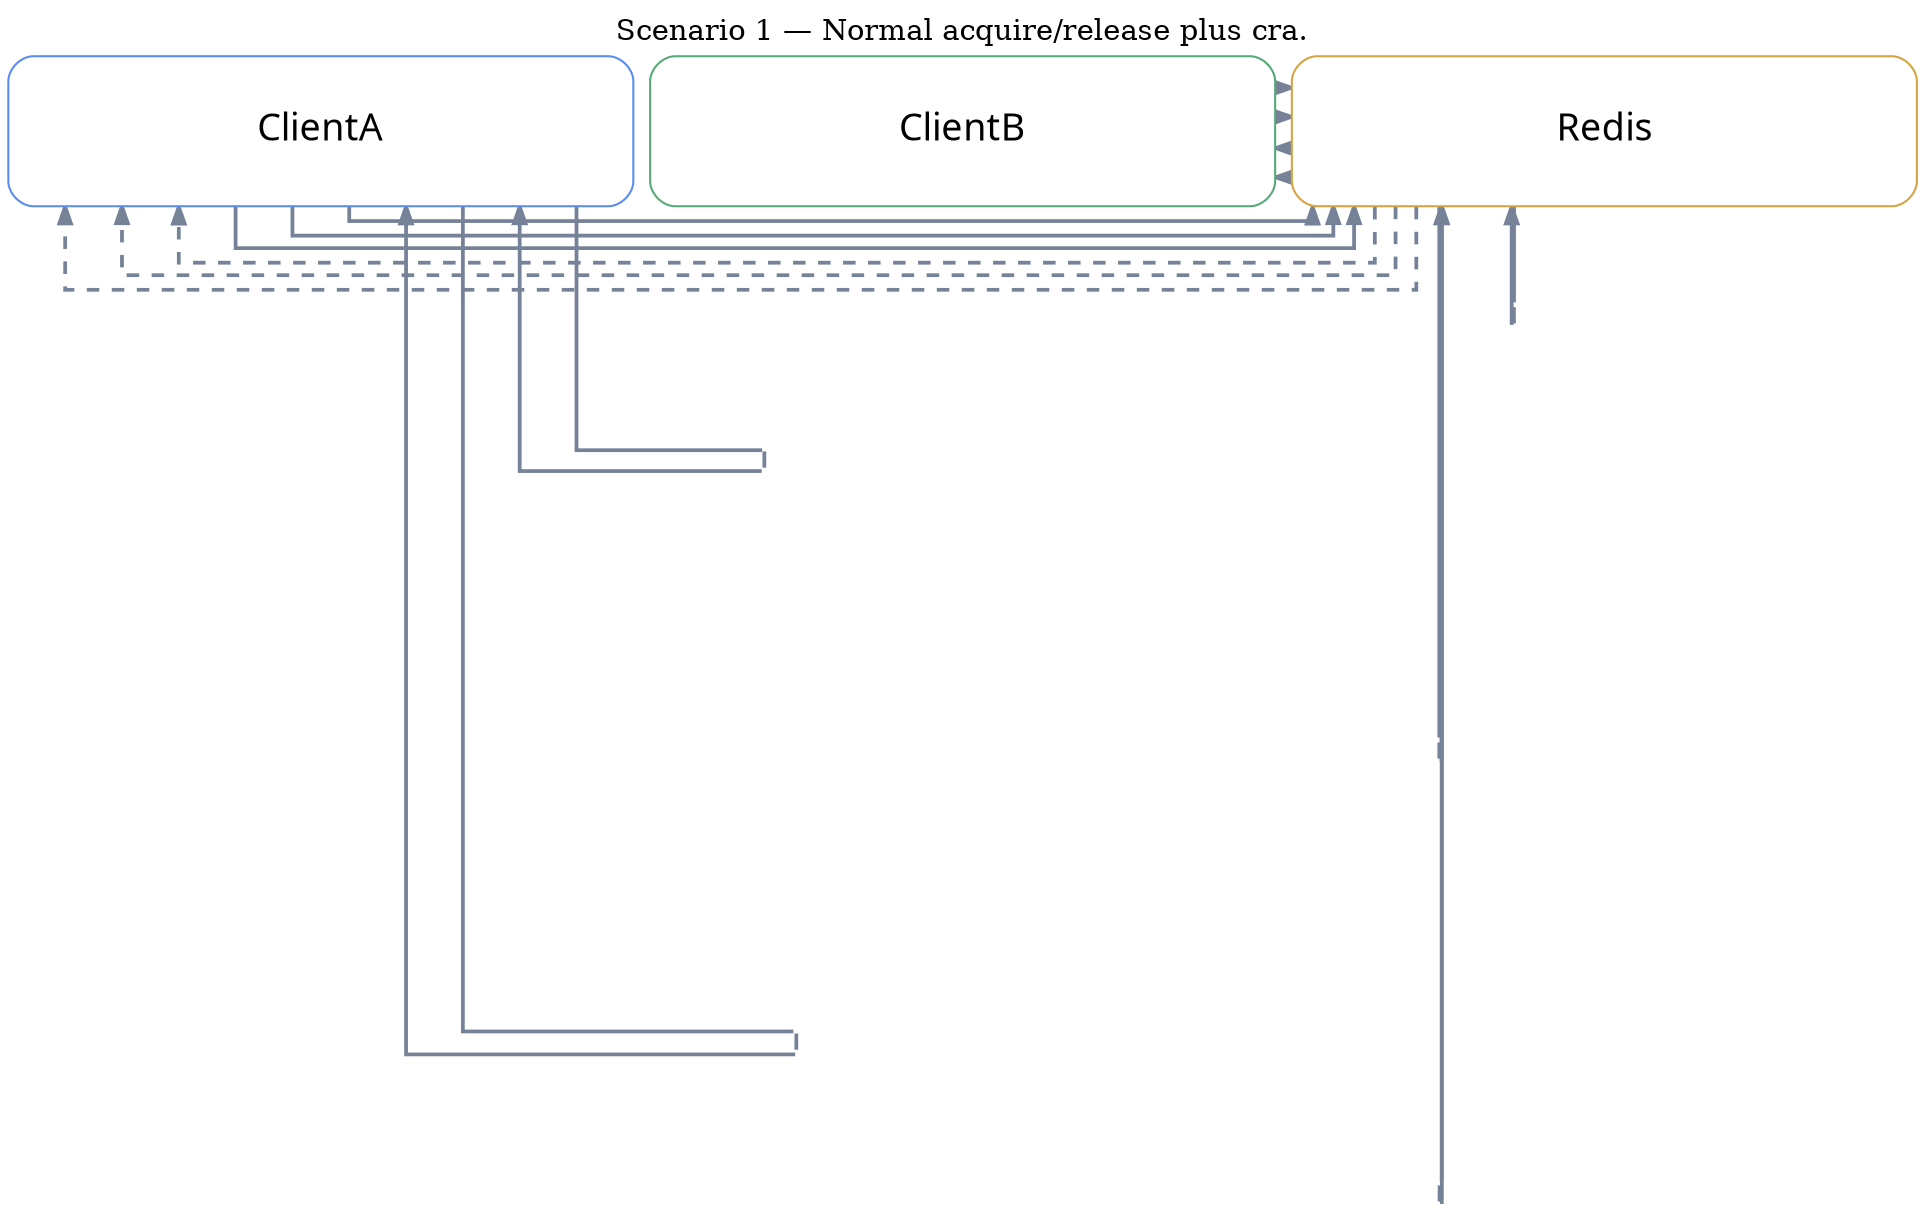
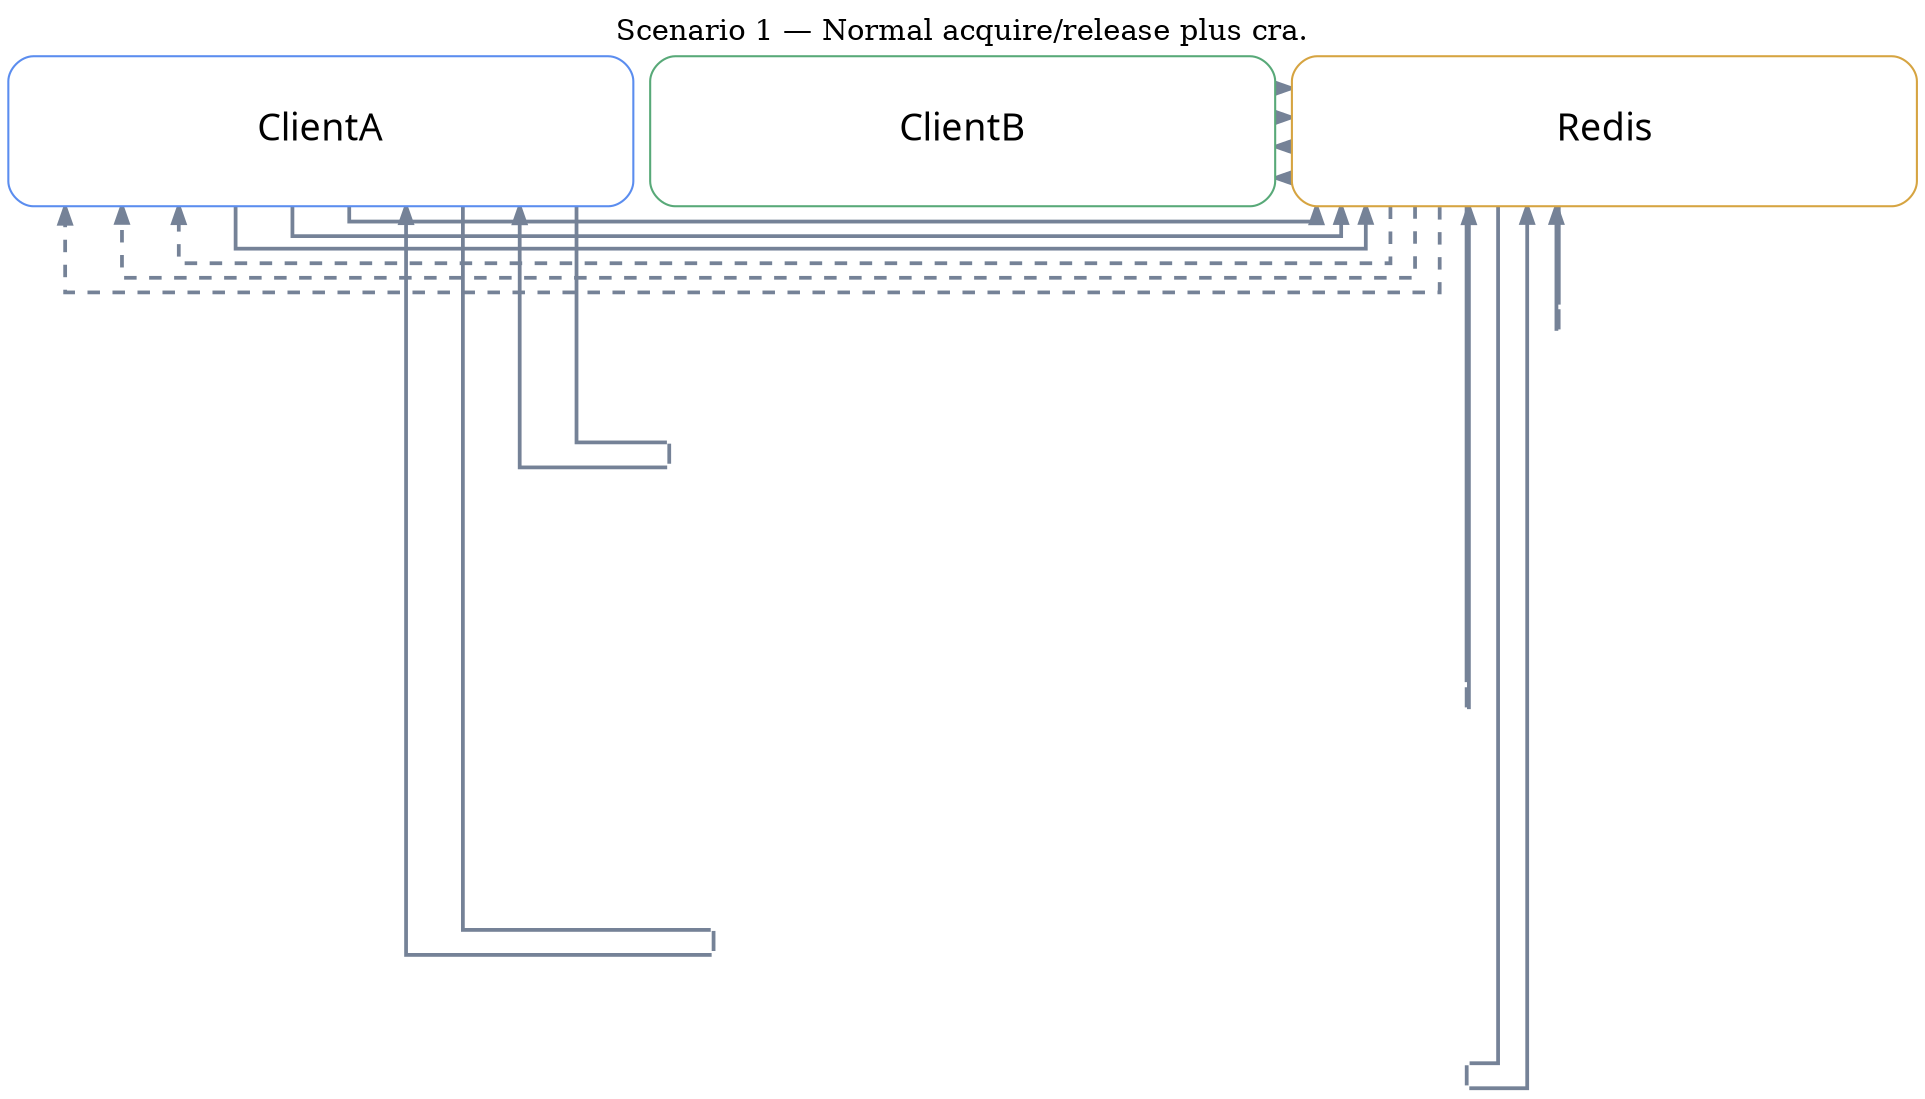
digraph "leader-redis-lettuce-sequence-02" {
  graph [layout=neato, rankdir=TB, splines=ortho, overlap=false, outputorder=edgesfirst, nodesep=0.55, ranksep=0.75, bgcolor="transparent", label="Scenario 1 — Normal acquire/release plus cra.", labelloc=t];
  node [shape=box, style="rounded,filled", fontname="Architects Daughter", fontsize=18, margin="0.16,0.10"];
  edge [color="#758297", penwidth=1.8, arrowsize=0.8, fontname="Comic Mono", fontsize=10];
  n0 [label="ClientA", fillcolor="#ffffff", color="#5B8DEF", width=4.17, height=1.00, pos="230.00,498.00!"];
  n1 [label="ClientB", fillcolor="#ffffff", color="#58A978", width=4.17, height=1.00, pos="734.00,498.00!"];
  n2 [label="Redis", fillcolor="#ffffff", color="#D6A441", width=4.17, height=1.00, pos="1238.00,498.00!"];
  n0 -> n2 [];
-   r2p1 [label="", shape=point, width=0.03, height=0.03, fixedsize=true, style=invis, pos="1302.00,224.00!"];
-   r2p2 [label="", shape=point, width=0.03, height=0.03, fixedsize=true, style=invis, pos="1302.00,190.00!"];
+   r2p1 [label="", shape=point, width=0.03, height=0.03, fixedsize=true, style=invis, pos="1302.00,260.00!"];
+   r2p2 [label="", shape=point, width=0.03, height=0.03, fixedsize=true, style=invis, pos="1302.00,226.00!"];
  n2 -> r2p1 [arrowhead=none];
  r2p1 -> r2p2 [arrowhead=none];
  r2p2 -> n2 [];
  n2 -> n0 [style=dashed];
-   r4p1 [label="", shape=point, width=0.03, height=0.03, fixedsize=true, style=invis, pos="294.00,-4.00!"];
-   r4p2 [label="", shape=point, width=0.03, height=0.03, fixedsize=true, style=invis, pos="294.00,-38.00!"];
+   r4p1 [label="", shape=point, width=0.03, height=0.03, fixedsize=true, style=invis, pos="294.00,78.00!"];
+   r4p2 [label="", shape=point, width=0.03, height=0.03, fixedsize=true, style=invis, pos="294.00,44.00!"];
  n0 -> r4p1 [arrowhead=none];
  r4p1 -> r4p2 [arrowhead=none];
  r4p2 -> n0 [];
  n1 -> n2 [];
  n2 -> n1 [style=dashed];
  n0 -> n2 [];
-   r8p1 [label="", shape=point, width=0.03, height=0.03, fixedsize=true, style=invis, pos="1302.00,-464.00!"];
-   r8p2 [label="", shape=point, width=0.03, height=0.03, fixedsize=true, style=invis, pos="1302.00,-498.00!"];
+   r8p1 [label="", shape=point, width=0.03, height=0.03, fixedsize=true, style=invis, pos="1302.00,-252.00!"];
+   r8p2 [label="", shape=point, width=0.03, height=0.03, fixedsize=true, style=invis, pos="1302.00,-286.00!"];
  n2 -> r8p1 [arrowhead=none];
  r8p1 -> r8p2 [arrowhead=none];
  r8p2 -> n2 [];
  n2 -> n0 [style=dashed];
  n0 -> n2 [];
  n2 -> n0 [style=dashed];
-   r12p1 [label="", shape=point, width=0.03, height=0.03, fixedsize=true, style=invis, pos="294.00,-924.00!"];
-   r12p2 [label="", shape=point, width=0.03, height=0.03, fixedsize=true, style=invis, pos="294.00,-958.00!"];
+   r12p1 [label="", shape=point, width=0.03, height=0.03, fixedsize=true, style=invis, pos="294.00,-582.00!"];
+   r12p2 [label="", shape=point, width=0.03, height=0.03, fixedsize=true, style=invis, pos="294.00,-616.00!"];
  n0 -> r12p1 [arrowhead=none];
  r12p1 -> r12p2 [arrowhead=none];
  r12p2 -> n0 [];
  n1 -> n2 [];
-   r14p1 [label="", shape=point, width=0.03, height=0.03, fixedsize=true, style=invis, pos="1302.00,-1164.00!"];
-   r14p2 [label="", shape=point, width=0.03, height=0.03, fixedsize=true, style=invis, pos="1302.00,-1198.00!"];
+   r14p1 [label="", shape=point, width=0.03, height=0.03, fixedsize=true, style=invis, pos="1302.00,-764.00!"];
+   r14p2 [label="", shape=point, width=0.03, height=0.03, fixedsize=true, style=invis, pos="1302.00,-798.00!"];
  n2 -> r14p1 [arrowhead=none];
  r14p1 -> r14p2 [arrowhead=none];
  r14p2 -> n2 [];
  n2 -> n1 [style=dashed];
}
